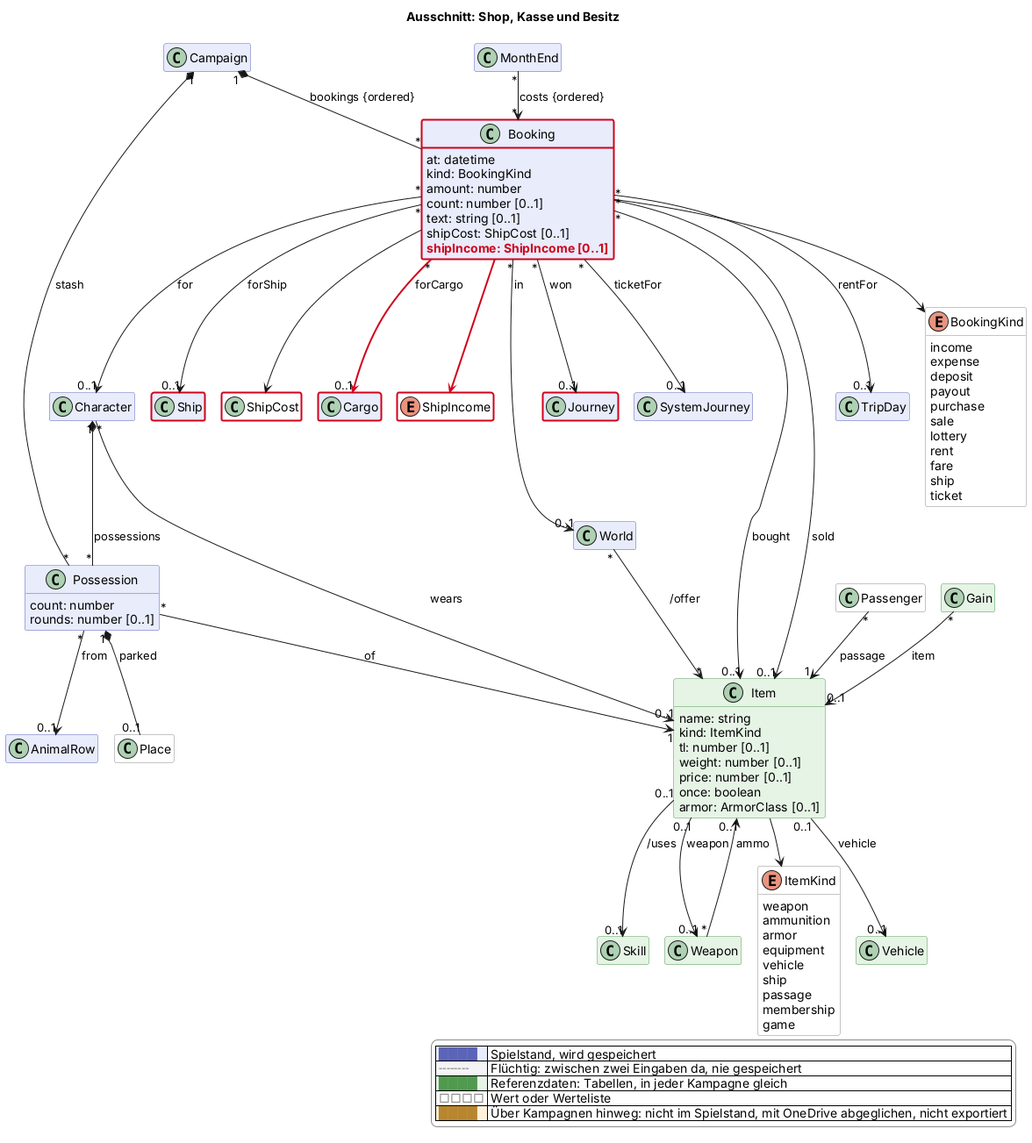
The PlantUML diagram docs/views/shop.png in scuzzar/SRE, before a commit.
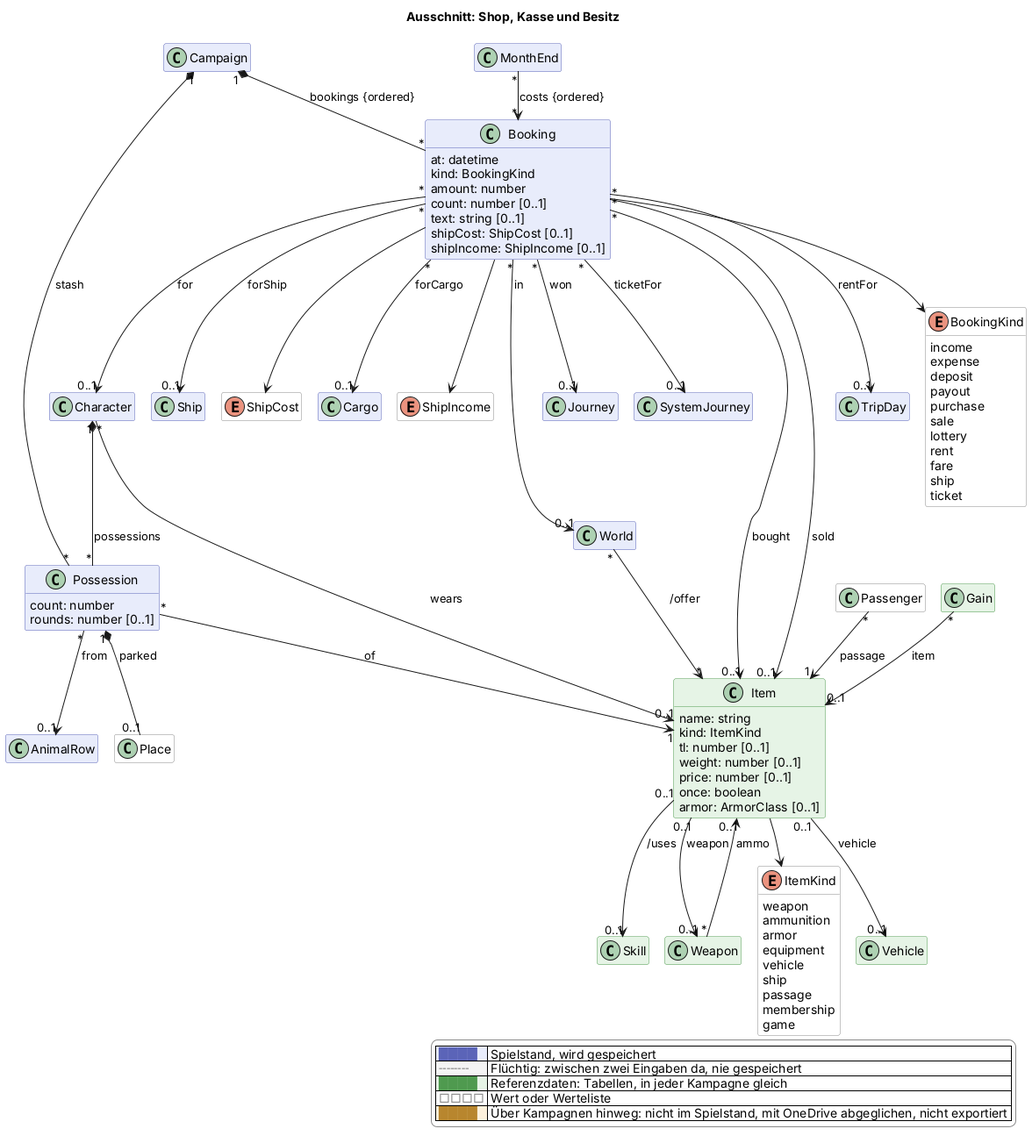
After the change.

Diff of the diagram source:
```diff
@@ -77,7 +77,7 @@
     count: number [0..1]
     text: string [0..1]
     shipCost: ShipCost [0..1]
-    $new("2026-11-27", "shipIncome: ShipIncome [0..1]")
+    shipIncome: ShipIncome [0..1]
   }
   enum BookingKind <<value>> $shop {
     income
@@ -101,8 +101,8 @@
   class Ship $schiffe
   enum ShipCost <<value>> $schiffe
 
-  class Cargo $handel $newClass("2026-11-27")
-  enum ShipIncome <<value>> $handel $newClass("2026-11-27")
+  class Cargo $handel
+  enum ShipIncome <<value>> $handel
 
 
 
@@ -153,8 +153,8 @@
 
 Booking "*" --> "0..1" Ship : forShip
 
-Booking "*" -$newArrow("2026-11-27")-> "0..1" Cargo : forCargo
-Booking -$newArrow("2026-11-27")-> ShipIncome
+Booking "*" --> "0..1" Cargo : forCargo
+Booking --> ShipIncome
 
 
 Passenger "*" --> "1" Item : passage
@@ -195,8 +195,4 @@
   |<#ffffff> <color:#8a8a8a>□□□□</color> | Wert oder Werteliste |
   |<#fdf1dc> <color:#b8862e>████</color> | Über Kampagnen hinweg: nicht im Spielstand, mit OneDrive abgeglichen, nicht exportiert |
 endlegend
-class Booking #line:d0021b;line.bold
-class Ship #line:d0021b;line.bold
-class ShipCost #line:d0021b;line.bold
-class Journey #line:d0021b;line.bold
 @enduml
```
